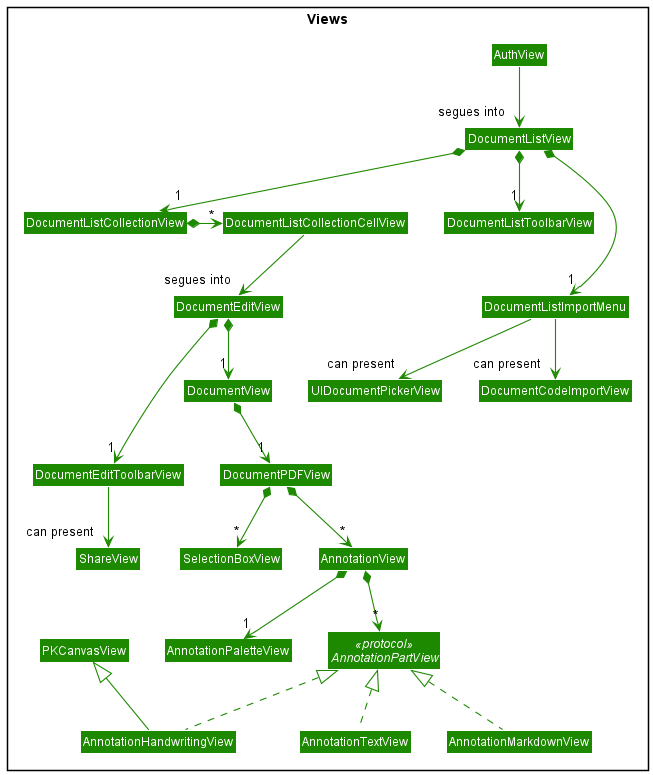
The PlantUML diagram docs/diagrams/view-class-diagram.png in Annotato/annotato, before a commit.
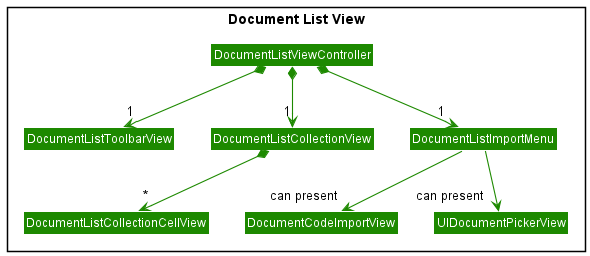
Later version of the same file.

Commit message:
Update mini view diagrams

Change to the diagram source:
```diff
@@ -1,61 +1,24 @@
 @startuml
 !include style.puml
-!include <office/Users/user>
 skinparam arrowThickness 1.1
 skinparam arrowColor VIEW_COLOR
 skinparam classBackgroundColor VIEW_COLOR
 
-Package Views {
-    Class AuthView
-
-    Class DocumentListView
+Package "Document List View" {
+    Class DocumentListViewController
     Class DocumentListToolbarView
     Class DocumentListCollectionView
     Class DocumentListCollectionCellView
     Class DocumentListImportMenu
+    Class DocumentCodeImportView
     Class UIDocumentPickerView
-    Class DocumentCodeImportView
-
-    Class DocumentEditView
-    Class DocumentEditToolbarView
-    Class DocumentView
-    Class DocumentPDFView
-    Class ShareView
-
-    Class AnnotationView
-    Class AnnotationPaletteView
-    Interface AnnotationPartView <<protocol>>
-    Class AnnotationMarkdownView
-    Class AnnotationTextView
-    Class AnnotationHandwritingView
-    Class SelectionBoxView
-    Class PKCanvasView
 }
 
-AuthView --down> "segues into" DocumentListView
-
-DocumentListView *-down-> "1" DocumentListToolbarView
-DocumentListView *-down-> "1" DocumentListCollectionView
-DocumentListView *-down--> "1" DocumentListImportMenu
-DocumentListCollectionView *-> "*" DocumentListCollectionCellView
-
-DocumentListCollectionCellView -down-> "segues into" DocumentEditView
-
+DocumentListViewController *-down-> "1" DocumentListToolbarView
+DocumentListViewController *-down-> "1" DocumentListImportMenu
+DocumentListViewController *-down-> "1" DocumentListCollectionView
+DocumentListCollectionView *--> "*" DocumentListCollectionCellView
 DocumentListImportMenu --down> "can present" UIDocumentPickerView
 DocumentListImportMenu --down> "can present" DocumentCodeImportView
 
-DocumentEditView *-down--> "1" DocumentEditToolbarView
-DocumentEditView *-down-> "1" DocumentView
-DocumentEditToolbarView -down-> "can present" ShareView
-DocumentView *-down-> "1" DocumentPDFView
-DocumentPDFView *-down-> "*" AnnotationView
-DocumentPDFView *-down-> "*" SelectionBoxView
-
-AnnotationView *-down-> "1" AnnotationPaletteView
-AnnotationView *-down-> "*" AnnotationPartView
-AnnotationMarkdownView .up.|>  AnnotationPartView
-AnnotationTextView .up.|> AnnotationPartView
-AnnotationHandwritingView .up.|> AnnotationPartView
-AnnotationHandwritingView -up-|> PKCanvasView
-
 @enduml
```
